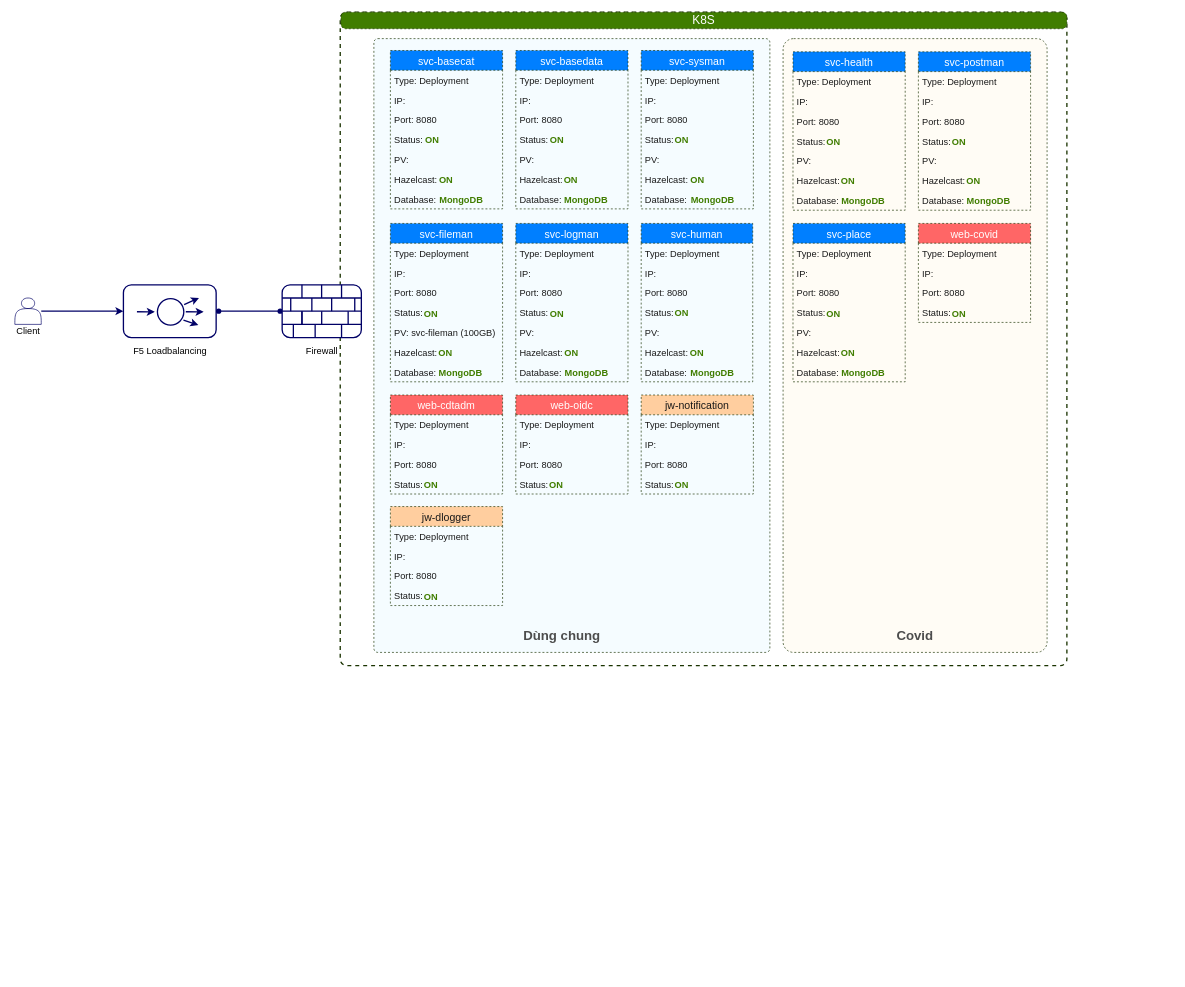
The draw.io diagram Biểu đồ không có tiêu đề.drawio in mitgaming/drawio, before the edit. Source tidied: cells renumbered, new cells numbered last; positions are measured from the earlier drawing's top-left corner, leaving out a move shared by most shapes. Both pictures are drawn from the tidied source at 66%, with x=0, y=0 at pixel (11, 12).
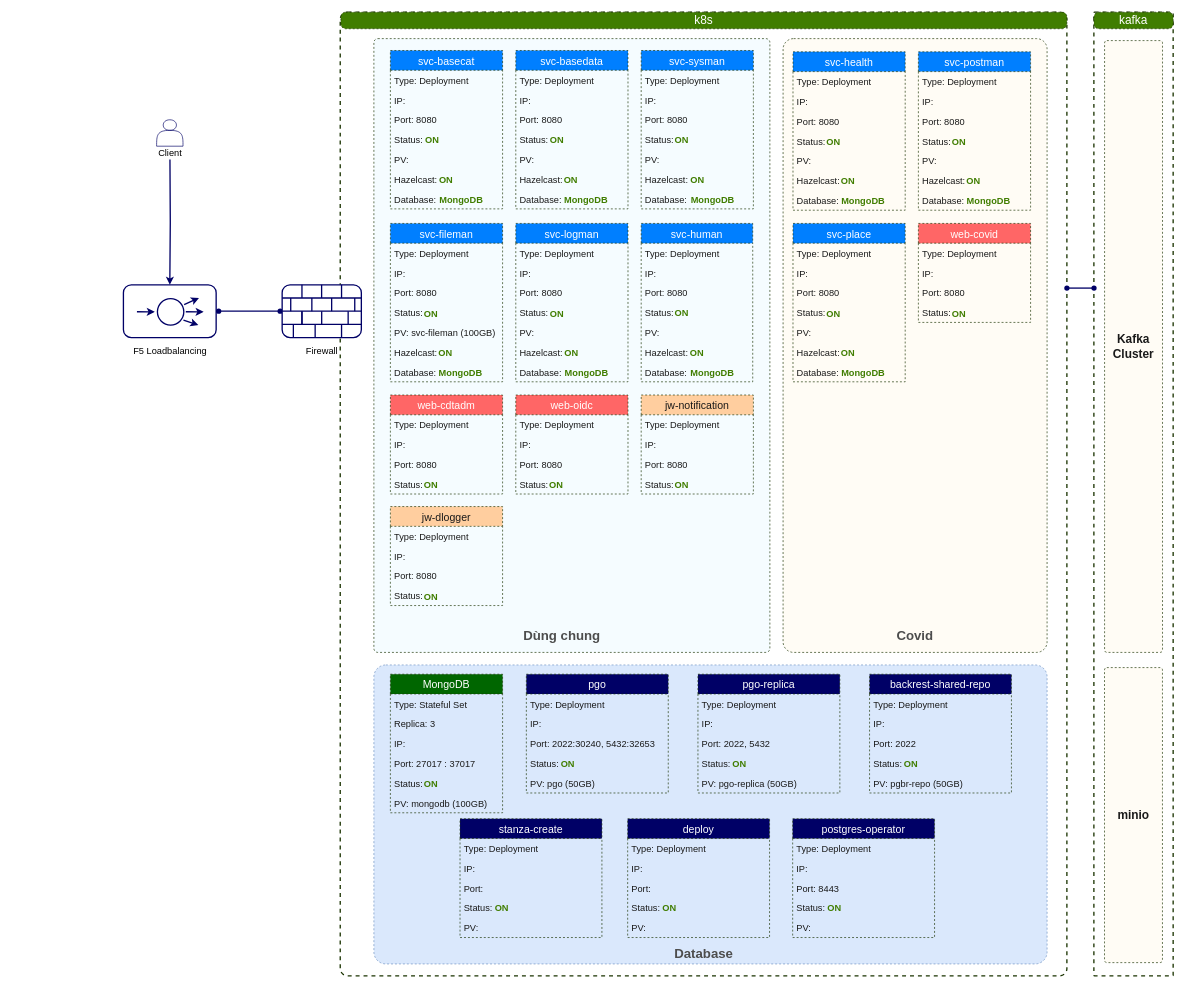
After the change.

Commit message (it also covers changes not shown here):
Cập nhật Biểu đồ không có tiêu đề.drawio

Unchanged cells that the change refers to:
```xml
<mxCell id="3" style="rounded=1;whiteSpace=wrap;html=1;strokeColor=#000066;strokeWidth=2;" parent="2" vertex="1">
  <mxGeometry width="140.5" height="80" as="geometry" />
</mxCell>
```

The edit, as a diff of the source:
```diff
@@
     <mxCell id="11" style="group;" parent="1" vertex="1">
-      <mxGeometry y="433" width="50" height="60" as="geometry" />
+      <mxGeometry x="214.8" y="163" width="50" height="60" as="geometry" />
     </mxCell>
-    <mxCell id="12" style="shape=actor;whiteSpace=wrap;html=1;strokeColor=#000066;" parent="11" vertex="1">
-      <mxGeometry x="5" width="40" height="40" as="geometry" />
-    </mxCell>
@@
-    <mxCell id="14" style="edgeStyle=orthogonalEdgeStyle;rounded=0;jettySize=auto;html=1;strokeColor=#000066;strokeWidth=2;" parent="1" edge="1" source="12" target="3">
-      <mxGeometry relative="1" as="geometry" />
+    <mxCell id="14" style="edgeStyle=orthogonalEdgeStyle;rounded=0;jettySize=auto;html=1;strokeColor=#000066;strokeWidth=2;" parent="1" edge="1" target="3">
+      <mxGeometry relative="1" as="geometry">
+        <mxPoint x="240" y="223" as="sourcePoint" />
+      </mxGeometry>
     </mxCell>
@@
     <mxCell id="18" style="group;" parent="1" vertex="1">
-      <mxGeometry x="499" width="1100" height="1079" as="geometry" />
+      <mxGeometry x="499" width="1127.2" height="1460" as="geometry" />
     </mxCell>
     <mxCell id="19" style="rounded=1;whiteSpace=wrap;html=1;strokeColor=#1A3300;strokeWidth=2;fillColor=none;arcSize=1;dashed=1;" parent="18" vertex="1">
-      <mxGeometry x="-1" width="1101" height="990" as="geometry" />
+      <mxGeometry x="-1" width="1101" height="1460" as="geometry" />
     </mxCell>
-    <mxCell id="20" value="&lt;font color=&quot;#ffffff&quot; style=&quot;font-size: 18px&quot;&gt;K8S&lt;/font&gt;" style="rounded=1;whiteSpace=wrap;html=1;dashed=1;fontSize=14;strokeColor=#1A3300;strokeWidth=1;fillColor=#407D00;arcSize=29;" parent="18" vertex="1">
+    <mxCell id="20" value="&lt;font color=&quot;#ffffff&quot; style=&quot;font-size: 18px&quot;&gt;k8s&lt;/font&gt;" style="rounded=1;whiteSpace=wrap;html=1;dashed=1;fontSize=14;strokeColor=#1A3300;strokeWidth=1;fillColor=#407D00;arcSize=29;" parent="18" vertex="1">
       <mxGeometry width="1100" height="25.1" as="geometry" />
     </mxCell>
@@
+    <mxCell id="188" style="shape=waypoint;sketch=0;fillStyle=solid;size=6;fillColor=none;perimeter=centerPerimeter;strokeColor=#000066;strokeWidth=2;" parent="18" vertex="1">
+      <mxGeometry x="1080" y="398" width="40" height="40" as="geometry" />
+    </mxCell>
+    <mxCell id="189" style="rounded=1;whiteSpace=wrap;html=1;dashed=1;fontSize=16;strokeColor=#6c8ebf;strokeWidth=1;fillColor=#dae8fc;arcSize=4;" parent="18" vertex="1">
+      <mxGeometry x="50" y="989" width="1020" height="453" as="geometry" />
+    </mxCell>
+    <mxCell id="190" style="group;" parent="18" vertex="1">
+      <mxGeometry x="75" y="1003" width="170" height="240" as="geometry" />
+    </mxCell>
+    <mxCell id="191" value="MongoDB" style="swimlane;fontStyle=0;horizontal=1;startSize=30;dashed=1;fontSize=16;fontColor=#FFFFFF;strokeColor=#1A3300;strokeWidth=1;fillColor=#006600;" parent="190" vertex="1">
+      <mxGeometry width="170" height="210" as="geometry" />
+    </mxCell>
+    <mxCell id="192" value="Type: Stateful Set" style="text;strokeColor=none;fillColor=none;align=left;verticalAlign=middle;spacingLeft=4;spacingRight=4;overflow=hidden;dashed=1;fontSize=14;fontColor=#1A1A1A;" parent="191" vertex="1">
+      <mxGeometry y="30" width="170" height="30" as="geometry" />
+    </mxCell>
+    <mxCell id="193" value="Replica: 3" style="text;strokeColor=none;fillColor=none;align=left;verticalAlign=middle;spacingLeft=4;spacingRight=4;overflow=hidden;dashed=1;fontSize=14;fontColor=#1A1A1A;" parent="191" vertex="1">
+      <mxGeometry y="60" width="170" height="30" as="geometry" />
+    </mxCell>
+    <mxCell id="194" value="IP:" style="text;strokeColor=none;fillColor=none;align=left;verticalAlign=middle;spacingLeft=4;spacingRight=4;overflow=hidden;dashed=1;fontSize=14;fontColor=#1A1A1A;" parent="191" vertex="1">
+      <mxGeometry y="90" width="170" height="30" as="geometry" />
+    </mxCell>
+    <mxCell id="195" value="Port: 27017 : 37017" style="text;strokeColor=none;fillColor=none;align=left;verticalAlign=middle;spacingLeft=4;spacingRight=4;overflow=hidden;dashed=1;fontSize=14;fontColor=#1A1A1A;" parent="191" vertex="1">
+      <mxGeometry y="120" width="170" height="30" as="geometry" />
+    </mxCell>
+    <mxCell id="196" value="Status: " style="text;strokeColor=none;fillColor=none;align=left;verticalAlign=middle;spacingLeft=4;spacingRight=4;overflow=hidden;dashed=1;fontSize=14;fontColor=#1A1A1A;imageAspect=0;" parent="191" vertex="1">
+      <mxGeometry y="150" width="170" height="30" as="geometry" />
+    </mxCell>
+    <mxCell id="197" value="PV: mongodb (100GB)" style="text;strokeColor=none;fillColor=none;align=left;verticalAlign=middle;spacingLeft=4;spacingRight=4;overflow=hidden;dashed=1;fontSize=14;fontColor=#1A1A1A;" parent="191" vertex="1">
+      <mxGeometry y="180" width="170" height="30" as="geometry" />
+    </mxCell>
+    <mxCell id="198" value="&lt;b&gt;ON&lt;/b&gt;" style="text;html=1;strokeColor=none;fillColor=none;align=center;verticalAlign=middle;whiteSpace=wrap;rounded=0;dashed=1;fontSize=14;fontColor=#407D00;" parent="190" vertex="1">
+      <mxGeometry x="41.1" y="151" width="41.3" height="30" as="geometry" />
+    </mxCell>
+    <mxCell id="199" style="group;" parent="18" vertex="1">
+      <mxGeometry x="801" y="1003" width="215" height="180" as="geometry" />
+    </mxCell>
+    <mxCell id="200" value="backrest-shared-repo" style="swimlane;fontStyle=0;horizontal=1;startSize=30;dashed=1;fontSize=16;fontColor=#FFFFFF;strokeColor=#1A3300;strokeWidth=1;fillColor=#000066;" parent="199" vertex="1">
+      <mxGeometry width="215" height="180" as="geometry" />
+    </mxCell>
+    <mxCell id="201" value="Type: Deployment" style="text;strokeColor=none;fillColor=none;align=left;verticalAlign=middle;spacingLeft=4;spacingRight=4;overflow=hidden;dashed=1;fontSize=14;fontColor=#1A1A1A;" parent="200" vertex="1">
+      <mxGeometry y="30" width="215" height="30" as="geometry" />
+    </mxCell>
+    <mxCell id="202" value="IP:" style="text;strokeColor=none;fillColor=none;align=left;verticalAlign=middle;spacingLeft=4;spacingRight=4;overflow=hidden;dashed=1;fontSize=14;fontColor=#1A1A1A;" parent="200" vertex="1">
+      <mxGeometry y="60" width="215" height="30" as="geometry" />
+    </mxCell>
+    <mxCell id="203" value="Port: 2022" style="text;strokeColor=none;fillColor=none;align=left;verticalAlign=middle;spacingLeft=4;spacingRight=4;overflow=hidden;dashed=1;fontSize=14;fontColor=#1A1A1A;" parent="200" vertex="1">
+      <mxGeometry y="90" width="215" height="30" as="geometry" />
+    </mxCell>
+    <mxCell id="204" value="Status: " style="text;strokeColor=none;fillColor=none;align=left;verticalAlign=middle;spacingLeft=4;spacingRight=4;overflow=hidden;dashed=1;fontSize=14;fontColor=#1A1A1A;imageAspect=0;" parent="200" vertex="1">
+      <mxGeometry y="120" width="215" height="30" as="geometry" />
+    </mxCell>
+    <mxCell id="205" value="PV: pgbr-repo (50GB)" style="text;strokeColor=none;fillColor=none;align=left;verticalAlign=middle;spacingLeft=4;spacingRight=4;overflow=hidden;dashed=1;fontSize=14;fontColor=#1A1A1A;" parent="200" vertex="1">
+      <mxGeometry y="150" width="215" height="30" as="geometry" />
+    </mxCell>
+    <mxCell id="206" value="&lt;b&gt;ON&lt;/b&gt;" style="text;html=1;strokeColor=none;fillColor=none;align=center;verticalAlign=middle;whiteSpace=wrap;rounded=0;dashed=1;fontSize=14;fontColor=#407D00;" parent="199" vertex="1">
+      <mxGeometry x="12" y="121" width="102" height="30" as="geometry" />
+    </mxCell>
+    <mxCell id="207" style="group;" parent="18" vertex="1">
+      <mxGeometry x="541" y="1003" width="215" height="180" as="geometry" />
+    </mxCell>
+    <mxCell id="208" value="pgo-replica" style="swimlane;fontStyle=0;horizontal=1;startSize=30;dashed=1;fontSize=16;fontColor=#FFFFFF;strokeColor=#1A3300;strokeWidth=1;fillColor=#000066;" parent="207" vertex="1">
+      <mxGeometry width="215" height="180" as="geometry" />
+    </mxCell>
+    <mxCell id="209" value="Type: Deployment" style="text;strokeColor=none;fillColor=none;align=left;verticalAlign=middle;spacingLeft=4;spacingRight=4;overflow=hidden;dashed=1;fontSize=14;fontColor=#1A1A1A;" parent="208" vertex="1">
+      <mxGeometry y="30" width="215" height="30" as="geometry" />
+    </mxCell>
+    <mxCell id="210" value="IP:" style="text;strokeColor=none;fillColor=none;align=left;verticalAlign=middle;spacingLeft=4;spacingRight=4;overflow=hidden;dashed=1;fontSize=14;fontColor=#1A1A1A;" parent="208" vertex="1">
+      <mxGeometry y="60" width="215" height="30" as="geometry" />
+    </mxCell>
+    <mxCell id="211" value="Port: 2022, 5432" style="text;strokeColor=none;fillColor=none;align=left;verticalAlign=middle;spacingLeft=4;spacingRight=4;overflow=hidden;dashed=1;fontSize=14;fontColor=#1A1A1A;" parent="208" vertex="1">
+      <mxGeometry y="90" width="215" height="30" as="geometry" />
+    </mxCell>
+    <mxCell id="212" value="Status: " style="text;strokeColor=none;fillColor=none;align=left;verticalAlign=middle;spacingLeft=4;spacingRight=4;overflow=hidden;dashed=1;fontSize=14;fontColor=#1A1A1A;imageAspect=0;" parent="208" vertex="1">
+      <mxGeometry y="120" width="215" height="30" as="geometry" />
+    </mxCell>
+    <mxCell id="213" value="PV: pgo-replica (50GB)" style="text;strokeColor=none;fillColor=none;align=left;verticalAlign=middle;spacingLeft=4;spacingRight=4;overflow=hidden;dashed=1;fontSize=14;fontColor=#1A1A1A;" parent="208" vertex="1">
+      <mxGeometry y="150" width="215" height="30" as="geometry" />
+    </mxCell>
+    <mxCell id="214" value="&lt;b&gt;ON&lt;/b&gt;" style="text;html=1;strokeColor=none;fillColor=none;align=center;verticalAlign=middle;whiteSpace=wrap;rounded=0;dashed=1;fontSize=14;fontColor=#407D00;" parent="207" vertex="1">
+      <mxGeometry x="12" y="121" width="102" height="30" as="geometry" />
+    </mxCell>
+    <mxCell id="215" style="group;" parent="18" vertex="1">
+      <mxGeometry x="281" y="1003" width="215" height="180" as="geometry" />
+    </mxCell>
+    <mxCell id="216" value="pgo" style="swimlane;fontStyle=0;horizontal=1;startSize=30;dashed=1;fontSize=16;fontColor=#FFFFFF;strokeColor=#1A3300;strokeWidth=1;fillColor=#000066;" parent="215" vertex="1">
+      <mxGeometry width="215" height="180" as="geometry" />
+    </mxCell>
+    <mxCell id="217" value="Type: Deployment" style="text;strokeColor=none;fillColor=none;align=left;verticalAlign=middle;spacingLeft=4;spacingRight=4;overflow=hidden;dashed=1;fontSize=14;fontColor=#1A1A1A;" parent="216" vertex="1">
+      <mxGeometry y="30" width="215" height="30" as="geometry" />
+    </mxCell>
+    <mxCell id="218" value="IP:" style="text;strokeColor=none;fillColor=none;align=left;verticalAlign=middle;spacingLeft=4;spacingRight=4;overflow=hidden;dashed=1;fontSize=14;fontColor=#1A1A1A;" parent="216" vertex="1">
+      <mxGeometry y="60" width="215" height="30" as="geometry" />
+    </mxCell>
+    <mxCell id="219" value="Port: 2022:30240, 5432:32653" style="text;strokeColor=none;fillColor=none;align=left;verticalAlign=middle;spacingLeft=4;spacingRight=4;overflow=hidden;dashed=1;fontSize=14;fontColor=#1A1A1A;" parent="216" vertex="1">
+      <mxGeometry y="90" width="215" height="30" as="geometry" />
+    </mxCell>
+    <mxCell id="220" value="Status: " style="text;strokeColor=none;fillColor=none;align=left;verticalAlign=middle;spacingLeft=4;spacingRight=4;overflow=hidden;dashed=1;fontSize=14;fontColor=#1A1A1A;imageAspect=0;" parent="216" vertex="1">
+      <mxGeometry y="120" width="215" height="30" as="geometry" />
+    </mxCell>
+    <mxCell id="221" value="PV: pgo (50GB)" style="text;strokeColor=none;fillColor=none;align=left;verticalAlign=middle;spacingLeft=4;spacingRight=4;overflow=hidden;dashed=1;fontSize=14;fontColor=#1A1A1A;" parent="216" vertex="1">
+      <mxGeometry y="150" width="215" height="30" as="geometry" />
+    </mxCell>
+    <mxCell id="222" value="&lt;b&gt;ON&lt;/b&gt;" style="text;html=1;strokeColor=none;fillColor=none;align=center;verticalAlign=middle;whiteSpace=wrap;rounded=0;dashed=1;fontSize=14;fontColor=#407D00;" parent="215" vertex="1">
+      <mxGeometry x="12" y="121" width="102" height="30" as="geometry" />
+    </mxCell>
+    <mxCell id="223" style="group;" parent="18" vertex="1">
+      <mxGeometry x="180.5" y="1222" width="215" height="180" as="geometry" />
+    </mxCell>
+    <mxCell id="224" value="stanza-create" style="swimlane;fontStyle=0;horizontal=1;startSize=30;dashed=1;fontSize=16;fontColor=#FFFFFF;strokeColor=#1A3300;strokeWidth=1;fillColor=#000066;" parent="223" vertex="1">
+      <mxGeometry width="215" height="180" as="geometry" />
+    </mxCell>
+    <mxCell id="225" value="Type: Deployment" style="text;strokeColor=none;fillColor=none;align=left;verticalAlign=middle;spacingLeft=4;spacingRight=4;overflow=hidden;dashed=1;fontSize=14;fontColor=#1A1A1A;" parent="224" vertex="1">
+      <mxGeometry y="30" width="215" height="30" as="geometry" />
+    </mxCell>
+    <mxCell id="226" value="IP:" style="text;strokeColor=none;fillColor=none;align=left;verticalAlign=middle;spacingLeft=4;spacingRight=4;overflow=hidden;dashed=1;fontSize=14;fontColor=#1A1A1A;" parent="224" vertex="1">
+      <mxGeometry y="60" width="215" height="30" as="geometry" />
+    </mxCell>
+    <mxCell id="227" value="Port:" style="text;strokeColor=none;fillColor=none;align=left;verticalAlign=middle;spacingLeft=4;spacingRight=4;overflow=hidden;dashed=1;fontSize=14;fontColor=#1A1A1A;" parent="224" vertex="1">
+      <mxGeometry y="90" width="215" height="30" as="geometry" />
+    </mxCell>
+    <mxCell id="228" value="Status: " style="text;strokeColor=none;fillColor=none;align=left;verticalAlign=middle;spacingLeft=4;spacingRight=4;overflow=hidden;dashed=1;fontSize=14;fontColor=#1A1A1A;imageAspect=0;" parent="224" vertex="1">
+      <mxGeometry y="120" width="215" height="30" as="geometry" />
+    </mxCell>
+    <mxCell id="229" value="PV:" style="text;strokeColor=none;fillColor=none;align=left;verticalAlign=middle;spacingLeft=4;spacingRight=4;overflow=hidden;dashed=1;fontSize=14;fontColor=#1A1A1A;" parent="224" vertex="1">
+      <mxGeometry y="150" width="215" height="30" as="geometry" />
+    </mxCell>
+    <mxCell id="230" value="&lt;b&gt;ON&lt;/b&gt;" style="text;html=1;strokeColor=none;fillColor=none;align=center;verticalAlign=middle;whiteSpace=wrap;rounded=0;dashed=1;fontSize=14;fontColor=#407D00;" parent="223" vertex="1">
+      <mxGeometry x="12" y="121" width="102" height="30" as="geometry" />
+    </mxCell>
+    <mxCell id="231" style="group;" parent="18" vertex="1">
+      <mxGeometry x="434.5" y="1222" width="215" height="180" as="geometry" />
+    </mxCell>
+    <mxCell id="232" value="deploy" style="swimlane;fontStyle=0;horizontal=1;startSize=30;dashed=1;fontSize=16;fontColor=#FFFFFF;strokeColor=#1A3300;strokeWidth=1;fillColor=#000066;" parent="231" vertex="1">
+      <mxGeometry width="215" height="180" as="geometry" />
+    </mxCell>
+    <mxCell id="233" value="Type: Deployment" style="text;strokeColor=none;fillColor=none;align=left;verticalAlign=middle;spacingLeft=4;spacingRight=4;overflow=hidden;dashed=1;fontSize=14;fontColor=#1A1A1A;" parent="232" vertex="1">
+      <mxGeometry y="30" width="215" height="30" as="geometry" />
+    </mxCell>
+    <mxCell id="234" value="IP:" style="text;strokeColor=none;fillColor=none;align=left;verticalAlign=middle;spacingLeft=4;spacingRight=4;overflow=hidden;dashed=1;fontSize=14;fontColor=#1A1A1A;" parent="232" vertex="1">
+      <mxGeometry y="60" width="215" height="30" as="geometry" />
+    </mxCell>
+    <mxCell id="235" value="Port:" style="text;strokeColor=none;fillColor=none;align=left;verticalAlign=middle;spacingLeft=4;spacingRight=4;overflow=hidden;dashed=1;fontSize=14;fontColor=#1A1A1A;" parent="232" vertex="1">
+      <mxGeometry y="90" width="215" height="30" as="geometry" />
+    </mxCell>
+    <mxCell id="236" value="Status: " style="text;strokeColor=none;fillColor=none;align=left;verticalAlign=middle;spacingLeft=4;spacingRight=4;overflow=hidden;dashed=1;fontSize=14;fontColor=#1A1A1A;imageAspect=0;" parent="232" vertex="1">
+      <mxGeometry y="120" width="215" height="30" as="geometry" />
+    </mxCell>
+    <mxCell id="237" value="PV:" style="text;strokeColor=none;fillColor=none;align=left;verticalAlign=middle;spacingLeft=4;spacingRight=4;overflow=hidden;dashed=1;fontSize=14;fontColor=#1A1A1A;" parent="232" vertex="1">
+      <mxGeometry y="150" width="215" height="30" as="geometry" />
+    </mxCell>
+    <mxCell id="238" value="&lt;b&gt;ON&lt;/b&gt;" style="text;html=1;strokeColor=none;fillColor=none;align=center;verticalAlign=middle;whiteSpace=wrap;rounded=0;dashed=1;fontSize=14;fontColor=#407D00;" parent="231" vertex="1">
+      <mxGeometry x="12" y="121" width="102" height="30" as="geometry" />
+    </mxCell>
+    <mxCell id="239" style="group;" parent="18" vertex="1">
+      <mxGeometry x="684.5" y="1222" width="215" height="180" as="geometry" />
+    </mxCell>
+    <mxCell id="240" value="postgres-operator" style="swimlane;fontStyle=0;horizontal=1;startSize=30;dashed=1;fontSize=16;fontColor=#FFFFFF;strokeColor=#1A3300;strokeWidth=1;fillColor=#000066;" parent="239" vertex="1">
+      <mxGeometry width="215" height="180" as="geometry" />
+    </mxCell>
+    <mxCell id="241" value="Type: Deployment" style="text;strokeColor=none;fillColor=none;align=left;verticalAlign=middle;spacingLeft=4;spacingRight=4;overflow=hidden;dashed=1;fontSize=14;fontColor=#1A1A1A;" parent="240" vertex="1">
+      <mxGeometry y="30" width="215" height="30" as="geometry" />
+    </mxCell>
+    <mxCell id="242" value="IP:" style="text;strokeColor=none;fillColor=none;align=left;verticalAlign=middle;spacingLeft=4;spacingRight=4;overflow=hidden;dashed=1;fontSize=14;fontColor=#1A1A1A;" parent="240" vertex="1">
+      <mxGeometry y="60" width="215" height="30" as="geometry" />
+    </mxCell>
+    <mxCell id="243" value="Port: 8443" style="text;strokeColor=none;fillColor=none;align=left;verticalAlign=middle;spacingLeft=4;spacingRight=4;overflow=hidden;dashed=1;fontSize=14;fontColor=#1A1A1A;" parent="240" vertex="1">
+      <mxGeometry y="90" width="215" height="30" as="geometry" />
+    </mxCell>
+    <mxCell id="244" value="Status: " style="text;strokeColor=none;fillColor=none;align=left;verticalAlign=middle;spacingLeft=4;spacingRight=4;overflow=hidden;dashed=1;fontSize=14;fontColor=#1A1A1A;imageAspect=0;" parent="240" vertex="1">
+      <mxGeometry y="120" width="215" height="30" as="geometry" />
+    </mxCell>
+    <mxCell id="245" value="PV:" style="text;strokeColor=none;fillColor=none;align=left;verticalAlign=middle;spacingLeft=4;spacingRight=4;overflow=hidden;dashed=1;fontSize=14;fontColor=#1A1A1A;" parent="240" vertex="1">
+      <mxGeometry y="150" width="215" height="30" as="geometry" />
+    </mxCell>
+    <mxCell id="246" value="&lt;b&gt;ON&lt;/b&gt;" style="text;html=1;strokeColor=none;fillColor=none;align=center;verticalAlign=middle;whiteSpace=wrap;rounded=0;dashed=1;fontSize=14;fontColor=#407D00;" parent="239" vertex="1">
+      <mxGeometry x="12" y="121" width="102" height="30" as="geometry" />
+    </mxCell>
+    <mxCell id="247" value="Database" style="text;html=1;strokeColor=none;fillColor=none;align=center;verticalAlign=middle;whiteSpace=wrap;rounded=0;dashed=1;fontSize=20;fontColor=#4D4D4D;fontStyle=1;" parent="18" vertex="1">
+      <mxGeometry x="480" y="1410" width="140" height="30" as="geometry" />
+    </mxCell>
@@
+    <mxCell id="248" style="group;fontStyle=1;" parent="1" vertex="1">
+      <mxGeometry x="1640" width="120" height="1460" as="geometry" />
+    </mxCell>
+    <mxCell id="249" style="rounded=1;whiteSpace=wrap;html=1;strokeColor=#1A3300;strokeWidth=2;fillColor=none;arcSize=1;dashed=1;" parent="248" vertex="1">
+      <mxGeometry x="-0.1" width="120.1" height="1460" as="geometry" />
+    </mxCell>
+    <mxCell id="250" value="&lt;font color=&quot;#ffffff&quot; style=&quot;font-size: 18px&quot;&gt;kafka&lt;/font&gt;" style="rounded=1;whiteSpace=wrap;html=1;dashed=1;fontSize=14;strokeColor=#1A3300;strokeWidth=1;fillColor=#407D00;arcSize=29;" parent="248" vertex="1">
+      <mxGeometry width="120" height="25.1" as="geometry" />
+    </mxCell>
+    <mxCell id="251" value="&lt;font color=&quot;#1a1a1a&quot; size=&quot;1&quot;&gt;&lt;b style=&quot;font-size: 18px&quot;&gt;Kafka Cluster&lt;/b&gt;&lt;/font&gt;" style="rounded=1;whiteSpace=wrap;html=1;dashed=1;fontSize=16;fontColor=#407D00;strokeColor=#1A3300;strokeWidth=1;fillColor=#FFFCF5;arcSize=4;" parent="248" vertex="1">
+      <mxGeometry x="16.1" y="43" width="87.8" height="927" as="geometry" />
+    </mxCell>
+    <mxCell id="252" value="&lt;font color=&quot;#1a1a1a&quot; size=&quot;1&quot;&gt;&lt;b style=&quot;font-size: 18px&quot;&gt;minio&lt;/b&gt;&lt;/font&gt;" style="rounded=1;whiteSpace=wrap;html=1;dashed=1;fontSize=16;fontColor=#407D00;strokeColor=#1A3300;strokeWidth=1;fillColor=#FFFCF5;arcSize=4;" parent="248" vertex="1">
+      <mxGeometry x="16" y="993" width="87.8" height="447" as="geometry" />
+    </mxCell>
+    <mxCell id="253" style="line;strokeWidth=2;html=1;perimeter=backbonePerimeter;strokeColor=#000066;" parent="1" vertex="1">
+      <mxGeometry x="1600" y="413" width="40.2" height="10" as="geometry" />
+    </mxCell>
+    <mxCell id="254" style="shape=waypoint;sketch=0;fillStyle=solid;size=6;fillColor=none;perimeter=centerPerimeter;strokeColor=#000066;strokeWidth=2;" parent="1" vertex="1">
+      <mxGeometry x="1620.1" y="398" width="40" height="40" as="geometry" />
+    </mxCell>
+    <mxCell id="12" style="shape=actor;whiteSpace=wrap;html=1;strokeColor=#000066;" parent="1" vertex="1">
+      <mxGeometry x="219.8" y="163" width="40" height="40" as="geometry" />
+    </mxCell>
```
